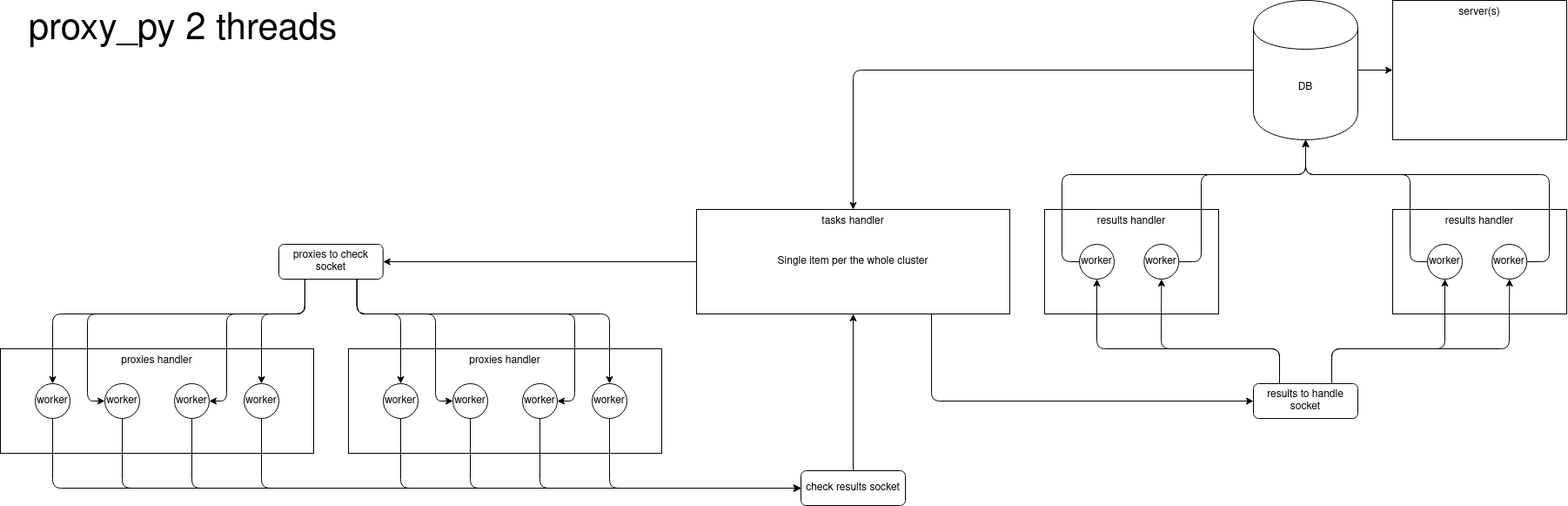
Earlier version of the draw.io export architecture.png (DevAlone/proxy_py). Source tidied: cells renumbered, new cells last; positions are measured from the earlier drawing's top-left corner, leaving out a move shared by most shapes.
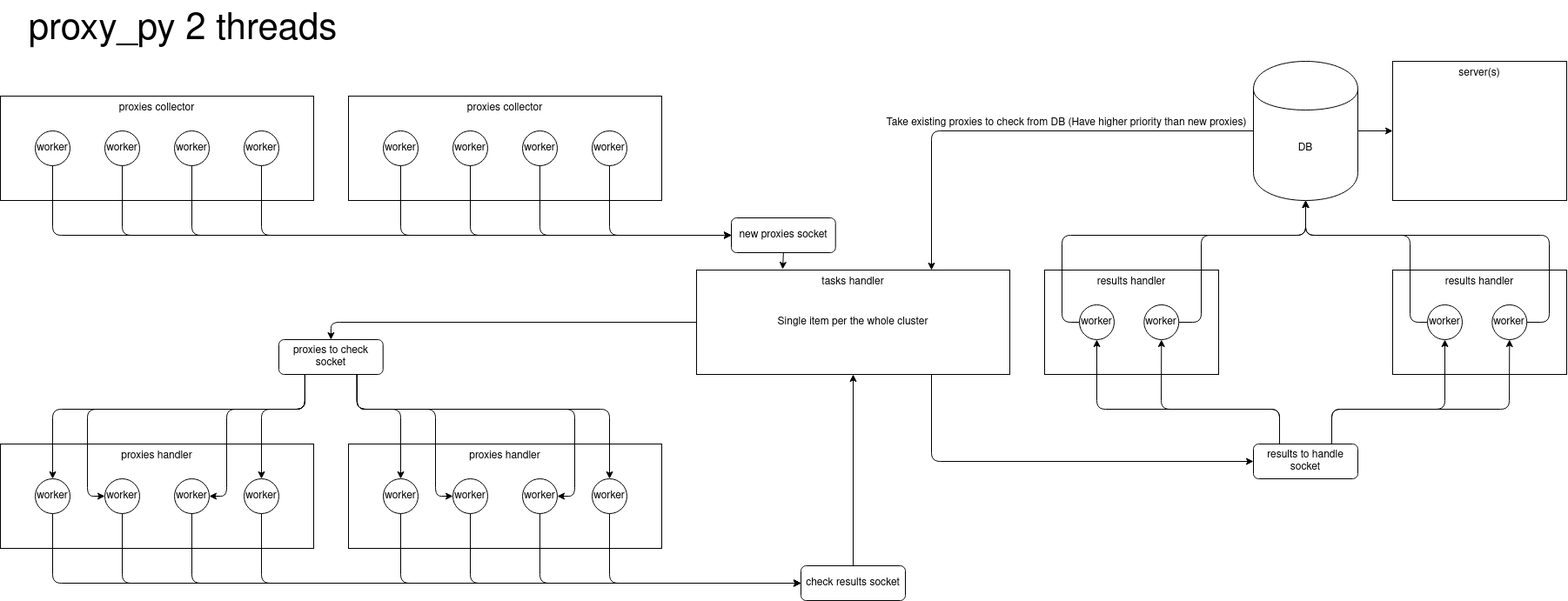
Above is the later version.

Change to the diagram source:
```diff
@@ -3,7 +3,7 @@
     <mxCell id="0" />
     <mxCell id="1" parent="0" />
     <mxCell id="2" value="proxies handler" style="rounded=0;whiteSpace=wrap;html=1;verticalAlign=top;" parent="1" vertex="1">
-      <mxGeometry x="400" y="400" width="360" height="120" as="geometry" />
+      <mxGeometry x="400" y="440" width="360" height="120" as="geometry" />
     </mxCell>
     <mxCell id="3" value="&lt;div&gt;worker&lt;/div&gt;" style="ellipse;whiteSpace=wrap;html=1;fontSize=12;" parent="2" vertex="1">
       <mxGeometry x="40" y="40" width="40" height="40" as="geometry" />
@@ -27,7 +27,7 @@
       <mxGeometry x="40" y="40" width="40" height="40" as="geometry" />
     </mxCell>
     <mxCell id="10" value="proxies handler" style="rounded=0;whiteSpace=wrap;html=1;verticalAlign=top;" parent="1" vertex="1">
-      <mxGeometry y="400" width="360" height="120" as="geometry" />
+      <mxGeometry y="440" width="360" height="120" as="geometry" />
     </mxCell>
     <mxCell id="11" value="&lt;div&gt;worker&lt;/div&gt;" style="ellipse;whiteSpace=wrap;html=1;fontSize=12;" parent="10" vertex="1">
       <mxGeometry x="40" y="40" width="40" height="40" as="geometry" />
@@ -41,12 +41,12 @@
     <mxCell id="14" value="&lt;div&gt;worker&lt;/div&gt;" style="ellipse;whiteSpace=wrap;html=1;fontSize=12;" parent="10" vertex="1">
       <mxGeometry x="280" y="40" width="40" height="40" as="geometry" />
     </mxCell>
+    <mxCell id="16" style="edgeStyle=orthogonalEdgeStyle;rounded=1;jettySize=auto;html=1;exitX=0.75;exitY=1;exitDx=0;exitDy=0;entryX=0;entryY=0.5;entryDx=0;entryDy=0;fontSize=12;" parent="1" edge="1" source="17" target="46">
+      <mxGeometry relative="1" as="geometry" />
+    </mxCell>
-    <mxCell id="15" style="edgeStyle=none;rounded=1;jettySize=auto;html=1;exitX=0;exitY=0.5;exitDx=0;exitDy=0;fontSize=12;" parent="1" edge="1" source="17" target="39">
+    <mxCell id="15" style="edgeStyle=orthogonalEdgeStyle;rounded=1;jettySize=auto;html=1;exitX=0;exitY=0.5;exitDx=0;exitDy=0;entryX=0.5;entryY=0;entryDx=0;entryDy=0;fontSize=12;" parent="1" edge="1" source="17" target="39">
       <mxGeometry relative="1" as="geometry" />
     </mxCell>
-    <mxCell id="16" style="edgeStyle=orthogonalEdgeStyle;rounded=1;jettySize=auto;html=1;exitX=0.75;exitY=1;exitDx=0;exitDy=0;entryX=0;entryY=0.5;entryDx=0;entryDy=0;fontSize=12;" parent="1" edge="1" source="17" target="46">
-      <mxGeometry relative="1" as="geometry" />
-    </mxCell>
     <mxCell id="17" value="&lt;div&gt;tasks handler&lt;/div&gt;" style="rounded=0;whiteSpace=wrap;html=1;verticalAlign=top;" parent="1" vertex="1">
       <mxGeometry x="800" y="240" width="360" height="120" as="geometry" />
     </mxCell>
@@ -65,7 +65,7 @@
     <mxCell id="22" style="edgeStyle=orthogonalEdgeStyle;rounded=0;jettySize=auto;html=1;exitX=1;exitY=0.5;exitDx=0;exitDy=0;" parent="1" edge="1" source="24" target="25">
       <mxGeometry relative="1" as="geometry" />
     </mxCell>
-    <mxCell id="23" style="edgeStyle=orthogonalEdgeStyle;rounded=1;jettySize=auto;html=1;exitX=0;exitY=0.5;exitDx=0;exitDy=0;fontSize=12;" parent="1" edge="1" source="24" target="17">
+    <mxCell id="23" style="edgeStyle=orthogonalEdgeStyle;rounded=1;jettySize=auto;html=1;exitX=0;exitY=0.5;exitDx=0;exitDy=0;entryX=0.75;entryY=0;entryDx=0;entryDy=0;fontSize=12;" parent="1" edge="1" source="24" target="17">
       <mxGeometry relative="1" as="geometry" />
     </mxCell>
     <mxCell id="24" value="DB" style="shape=cylinder;whiteSpace=wrap;html=1;boundedLbl=1;backgroundOutline=1;verticalAlign=middle;" parent="1" vertex="1">
@@ -75,7 +75,7 @@
       <mxGeometry x="1600" width="200" height="160" as="geometry" />
     </mxCell>
     <mxCell id="26" value="&lt;div style=&quot;font-size: 42px;&quot;&gt;proxy_py 2 threads&lt;/div&gt;" style="text;html=1;strokeColor=none;fillColor=none;align=center;verticalAlign=middle;whiteSpace=wrap;rounded=0;fontSize=42;" parent="1" vertex="1">
-      <mxGeometry width="420" height="70" as="geometry" />
+      <mxGeometry y="-70" width="420" height="70" as="geometry" />
     </mxCell>
     <mxCell id="27" style="edgeStyle=orthogonalEdgeStyle;rounded=1;jettySize=auto;html=1;exitX=0;exitY=0.5;exitDx=0;exitDy=0;fontSize=12;" parent="1" edge="1" source="21" target="24">
       <mxGeometry relative="1" as="geometry">
@@ -116,79 +116,79 @@
     <mxCell id="31" style="edgeStyle=orthogonalEdgeStyle;rounded=1;jettySize=auto;html=1;exitX=0.25;exitY=1;exitDx=0;exitDy=0;fontSize=12;" parent="1" edge="1" source="39" target="11">
       <mxGeometry relative="1" as="geometry">
         <Array as="points">
-          <mxPoint x="350" y="360" />
-          <mxPoint x="60" y="360" />
+          <mxPoint x="350" y="400" />
+          <mxPoint x="60" y="400" />
         </Array>
       </mxGeometry>
     </mxCell>
     <mxCell id="32" style="edgeStyle=orthogonalEdgeStyle;rounded=1;jettySize=auto;html=1;exitX=0.25;exitY=1;exitDx=0;exitDy=0;fontSize=12;" parent="1" edge="1" source="39" target="14">
       <mxGeometry relative="1" as="geometry">
         <Array as="points">
-          <mxPoint x="350" y="360" />
-          <mxPoint x="300" y="360" />
+          <mxPoint x="350" y="400" />
+          <mxPoint x="300" y="400" />
         </Array>
       </mxGeometry>
     </mxCell>
     <mxCell id="33" style="edgeStyle=orthogonalEdgeStyle;rounded=1;jettySize=auto;html=1;exitX=0.25;exitY=1;exitDx=0;exitDy=0;entryX=0;entryY=0.5;entryDx=0;entryDy=0;fontSize=12;" parent="1" edge="1" source="39" target="12">
       <mxGeometry relative="1" as="geometry">
         <Array as="points">
-          <mxPoint x="350" y="360" />
-          <mxPoint x="100" y="360" />
-          <mxPoint x="100" y="460" />
+          <mxPoint x="350" y="400" />
+          <mxPoint x="100" y="400" />
+          <mxPoint x="100" y="500" />
         </Array>
       </mxGeometry>
     </mxCell>
     <mxCell id="34" style="edgeStyle=orthogonalEdgeStyle;rounded=1;jettySize=auto;html=1;exitX=0.25;exitY=1;exitDx=0;exitDy=0;entryX=1;entryY=0.5;entryDx=0;entryDy=0;fontSize=12;" parent="1" edge="1" source="39" target="13">
       <mxGeometry relative="1" as="geometry">
         <Array as="points">
-          <mxPoint x="350" y="360" />
-          <mxPoint x="260" y="360" />
-          <mxPoint x="260" y="460" />
+          <mxPoint x="350" y="400" />
+          <mxPoint x="260" y="400" />
+          <mxPoint x="260" y="500" />
         </Array>
       </mxGeometry>
     </mxCell>
     <mxCell id="35" style="edgeStyle=orthogonalEdgeStyle;rounded=1;jettySize=auto;html=1;exitX=0.75;exitY=1;exitDx=0;exitDy=0;fontSize=12;" parent="1" edge="1" source="39" target="3">
       <mxGeometry relative="1" as="geometry">
         <Array as="points">
-          <mxPoint x="410" y="360" />
-          <mxPoint x="460" y="360" />
+          <mxPoint x="410" y="400" />
+          <mxPoint x="460" y="400" />
         </Array>
       </mxGeometry>
     </mxCell>
     <mxCell id="36" style="edgeStyle=orthogonalEdgeStyle;rounded=1;jettySize=auto;html=1;exitX=0.75;exitY=1;exitDx=0;exitDy=0;fontSize=12;" parent="1" edge="1" source="39" target="6">
       <mxGeometry relative="1" as="geometry">
         <Array as="points">
-          <mxPoint x="410" y="360" />
-          <mxPoint x="700" y="360" />
+          <mxPoint x="410" y="400" />
+          <mxPoint x="700" y="400" />
         </Array>
       </mxGeometry>
     </mxCell>
     <mxCell id="37" style="edgeStyle=orthogonalEdgeStyle;rounded=1;jettySize=auto;html=1;exitX=0.75;exitY=1;exitDx=0;exitDy=0;entryX=0;entryY=0.5;entryDx=0;entryDy=0;fontSize=12;" parent="1" edge="1" source="39" target="4">
       <mxGeometry relative="1" as="geometry">
         <Array as="points">
-          <mxPoint x="410" y="360" />
-          <mxPoint x="500" y="360" />
-          <mxPoint x="500" y="460" />
+          <mxPoint x="410" y="400" />
+          <mxPoint x="500" y="400" />
+          <mxPoint x="500" y="500" />
         </Array>
       </mxGeometry>
     </mxCell>
     <mxCell id="38" style="edgeStyle=orthogonalEdgeStyle;rounded=1;jettySize=auto;html=1;exitX=0.75;exitY=1;exitDx=0;exitDy=0;entryX=1;entryY=0.5;entryDx=0;entryDy=0;fontSize=12;" parent="1" edge="1" source="39" target="5">
       <mxGeometry relative="1" as="geometry">
         <Array as="points">
-          <mxPoint x="410" y="360" />
-          <mxPoint x="660" y="360" />
-          <mxPoint x="660" y="460" />
+          <mxPoint x="410" y="400" />
+          <mxPoint x="660" y="400" />
+          <mxPoint x="660" y="500" />
         </Array>
       </mxGeometry>
     </mxCell>
     <mxCell id="39" value="proxies to check socket" style="rounded=1;whiteSpace=wrap;html=1;fontSize=12;" parent="1" vertex="1">
-      <mxGeometry x="320" y="280" width="119.7" height="40" as="geometry" />
+      <mxGeometry x="320" y="320" width="119.7" height="40" as="geometry" />
     </mxCell>
     <mxCell id="40" style="edgeStyle=orthogonalEdgeStyle;rounded=1;jettySize=auto;html=1;exitX=0.5;exitY=0;exitDx=0;exitDy=0;fontSize=12;" parent="1" edge="1" source="41" target="17">
       <mxGeometry relative="1" as="geometry" />
     </mxCell>
     <mxCell id="41" value="check results socket" style="rounded=1;whiteSpace=wrap;html=1;fontSize=12;" parent="1" vertex="1">
-      <mxGeometry x="920" y="540" width="120" height="40" as="geometry" />
+      <mxGeometry x="920" y="580" width="120" height="40" as="geometry" />
     </mxCell>
     <mxCell id="42" style="edgeStyle=orthogonalEdgeStyle;rounded=1;jettySize=auto;html=1;exitX=0.75;exitY=0;exitDx=0;exitDy=0;fontSize=12;" parent="1" edge="1" source="46" target="9">
       <mxGeometry relative="1" as="geometry">
@@ -249,5 +249,68 @@
     <mxCell id="54" style="edgeStyle=orthogonalEdgeStyle;rounded=1;jettySize=auto;html=1;exitX=0.5;exitY=1;exitDx=0;exitDy=0;entryX=0;entryY=0.5;entryDx=0;entryDy=0;fontSize=12;" parent="1" edge="1" source="6" target="41">
       <mxGeometry relative="1" as="geometry" />
     </mxCell>
+    <mxCell id="55" value="proxies collector" style="rounded=0;whiteSpace=wrap;html=1;verticalAlign=top;" parent="1" vertex="1">
+      <mxGeometry y="40" width="360" height="120" as="geometry" />
+    </mxCell>
+    <mxCell id="56" value="&lt;div&gt;worker&lt;/div&gt;" style="ellipse;whiteSpace=wrap;html=1;fontSize=12;" parent="55" vertex="1">
+      <mxGeometry x="40" y="40" width="40" height="40" as="geometry" />
+    </mxCell>
+    <mxCell id="57" value="&lt;div&gt;worker&lt;/div&gt;" style="ellipse;whiteSpace=wrap;html=1;fontSize=12;" parent="55" vertex="1">
+      <mxGeometry x="120" y="40" width="40" height="40" as="geometry" />
+    </mxCell>
+    <mxCell id="58" value="&lt;div&gt;worker&lt;/div&gt;" style="ellipse;whiteSpace=wrap;html=1;fontSize=12;" parent="55" vertex="1">
+      <mxGeometry x="200" y="40" width="40" height="40" as="geometry" />
+    </mxCell>
+    <mxCell id="59" value="&lt;div&gt;worker&lt;/div&gt;" style="ellipse;whiteSpace=wrap;html=1;fontSize=12;" parent="55" vertex="1">
+      <mxGeometry x="280" y="40" width="40" height="40" as="geometry" />
+    </mxCell>
+    <mxCell id="60" value="proxies collector" style="rounded=0;whiteSpace=wrap;html=1;verticalAlign=top;" parent="1" vertex="1">
+      <mxGeometry x="400" y="40" width="360" height="120" as="geometry" />
+    </mxCell>
+    <mxCell id="61" value="&lt;div&gt;worker&lt;/div&gt;" style="ellipse;whiteSpace=wrap;html=1;fontSize=12;" parent="60" vertex="1">
+      <mxGeometry x="40" y="40" width="40" height="40" as="geometry" />
+    </mxCell>
+    <mxCell id="62" value="&lt;div&gt;worker&lt;/div&gt;" style="ellipse;whiteSpace=wrap;html=1;fontSize=12;" parent="60" vertex="1">
+      <mxGeometry x="120" y="40" width="40" height="40" as="geometry" />
+    </mxCell>
+    <mxCell id="63" value="&lt;div&gt;worker&lt;/div&gt;" style="ellipse;whiteSpace=wrap;html=1;fontSize=12;" parent="60" vertex="1">
+      <mxGeometry x="200" y="40" width="40" height="40" as="geometry" />
+    </mxCell>
+    <mxCell id="64" value="&lt;div&gt;worker&lt;/div&gt;" style="ellipse;whiteSpace=wrap;html=1;fontSize=12;" parent="60" vertex="1">
+      <mxGeometry x="280" y="40" width="40" height="40" as="geometry" />
+    </mxCell>
+    <mxCell id="65" style="edgeStyle=orthogonalEdgeStyle;rounded=1;jettySize=auto;html=1;exitX=0.5;exitY=1;exitDx=0;exitDy=0;entryX=0.275;entryY=-0.008;entryDx=0;entryDy=0;entryPerimeter=0;fontSize=12;" parent="1" edge="1" source="66" target="17">
+      <mxGeometry relative="1" as="geometry" />
+    </mxCell>
+    <mxCell id="66" value="new proxies socket" style="rounded=1;whiteSpace=wrap;html=1;fontSize=12;" parent="1" vertex="1">
+      <mxGeometry x="840" y="180" width="119.7" height="40" as="geometry" />
+    </mxCell>
+    <mxCell id="67" style="edgeStyle=orthogonalEdgeStyle;rounded=1;jettySize=auto;html=1;exitX=0.5;exitY=1;exitDx=0;exitDy=0;entryX=0;entryY=0.5;entryDx=0;entryDy=0;fontSize=12;" parent="1" edge="1" source="56" target="66">
+      <mxGeometry relative="1" as="geometry" />
+    </mxCell>
+    <mxCell id="68" style="edgeStyle=orthogonalEdgeStyle;rounded=1;jettySize=auto;html=1;exitX=0.5;exitY=1;exitDx=0;exitDy=0;entryX=0;entryY=0.5;entryDx=0;entryDy=0;fontSize=12;" parent="1" edge="1" source="57" target="66">
+      <mxGeometry relative="1" as="geometry" />
+    </mxCell>
+    <mxCell id="69" style="edgeStyle=orthogonalEdgeStyle;rounded=1;jettySize=auto;html=1;exitX=0.5;exitY=1;exitDx=0;exitDy=0;entryX=0;entryY=0.5;entryDx=0;entryDy=0;fontSize=12;" parent="1" edge="1" source="58" target="66">
+      <mxGeometry relative="1" as="geometry" />
+    </mxCell>
+    <mxCell id="70" style="edgeStyle=orthogonalEdgeStyle;rounded=1;jettySize=auto;html=1;exitX=0.5;exitY=1;exitDx=0;exitDy=0;entryX=0;entryY=0.5;entryDx=0;entryDy=0;fontSize=12;" parent="1" edge="1" source="59" target="66">
+      <mxGeometry relative="1" as="geometry" />
+    </mxCell>
+    <mxCell id="71" style="edgeStyle=orthogonalEdgeStyle;rounded=1;jettySize=auto;html=1;exitX=0.5;exitY=1;exitDx=0;exitDy=0;entryX=0;entryY=0.5;entryDx=0;entryDy=0;fontSize=12;" parent="1" edge="1" source="61" target="66">
+      <mxGeometry relative="1" as="geometry" />
+    </mxCell>
+    <mxCell id="72" style="edgeStyle=orthogonalEdgeStyle;rounded=1;jettySize=auto;html=1;exitX=0.5;exitY=1;exitDx=0;exitDy=0;entryX=0;entryY=0.5;entryDx=0;entryDy=0;fontSize=12;" parent="1" edge="1" source="62" target="66">
+      <mxGeometry relative="1" as="geometry" />
+    </mxCell>
+    <mxCell id="73" style="edgeStyle=orthogonalEdgeStyle;rounded=1;jettySize=auto;html=1;exitX=0.5;exitY=1;exitDx=0;exitDy=0;entryX=0;entryY=0.5;entryDx=0;entryDy=0;fontSize=12;" parent="1" edge="1" source="63" target="66">
+      <mxGeometry relative="1" as="geometry" />
+    </mxCell>
+    <mxCell id="74" style="edgeStyle=orthogonalEdgeStyle;rounded=1;jettySize=auto;html=1;exitX=0.5;exitY=1;exitDx=0;exitDy=0;entryX=0;entryY=0.5;entryDx=0;entryDy=0;fontSize=12;" parent="1" edge="1" source="64" target="66">
+      <mxGeometry relative="1" as="geometry" />
+    </mxCell>
+    <mxCell id="75" value="Take existing proxies to check from DB (Have higher priority than new proxies)" style="text;html=1;align=center;verticalAlign=middle;fontSize=12;" parent="1" vertex="1">
+      <mxGeometry x="1010" y="61" width="430" height="20" as="geometry" />
+    </mxCell>
   </root>
 </mxGraphModel>
```
